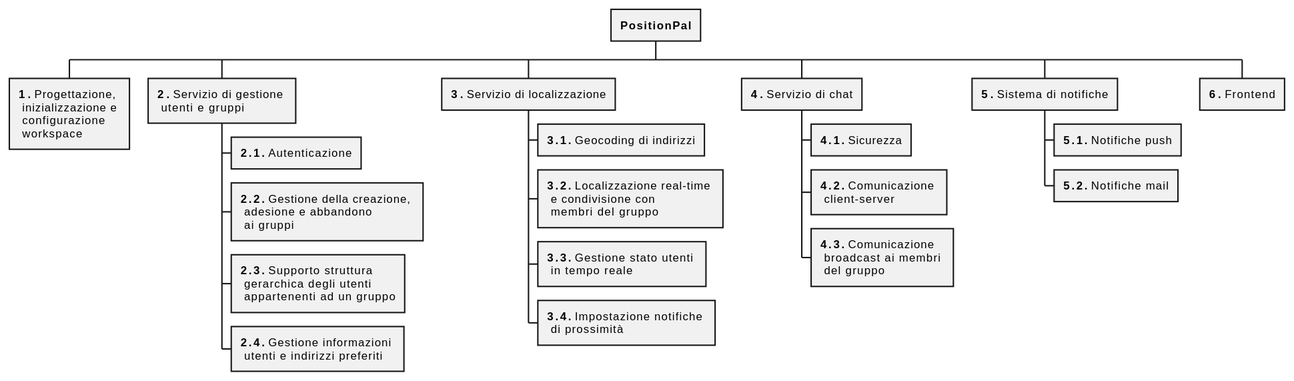
This is res/rbs.svg from position-pal/PM-report, a PlantUML export, as it was before one commit.
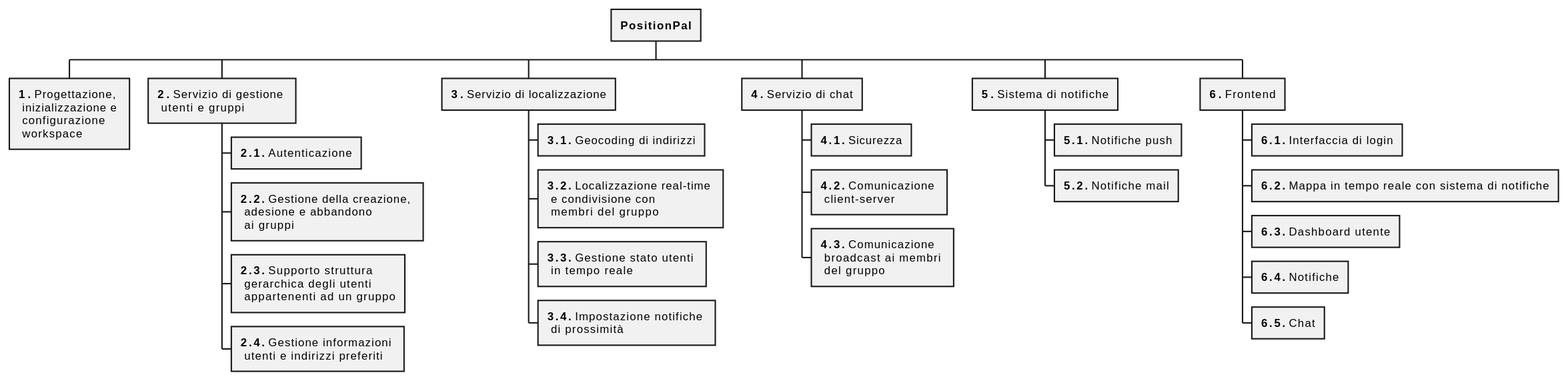
After the commit.

The edit, as a diff of the source:
```diff
@@ -26,4 +26,10 @@
 +++ **5.2.** Notifiche mail
 
 ++ **6.** Frontend
++++ **6.1.** Interfaccia di login
++++ **6.2.** Mappa in tempo reale con sistema di notifiche
++++ **6.3.** Dashboard utente
++++ **6.4.** Notifiche
++++ **6.5.** Chat
+
 @endwbs
```
